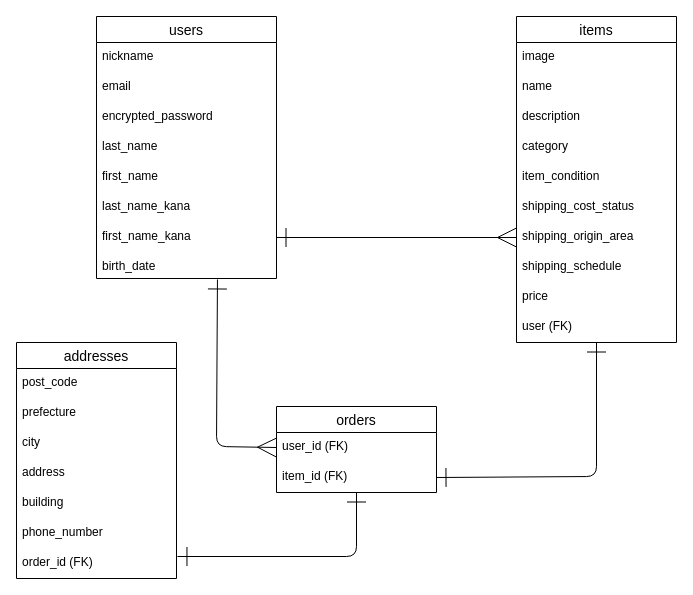
This is test.dio from inayukaina/furima-41653, a draw.io file, before an edit. Source tidied: cells renumbered, new cells numbered last; positions are measured from the earlier drawing's top-left corner, leaving out a move shared by most shapes. Both pictures are drawn from the tidied source at 100%, with x=0, y=0 at pixel (16, 16).
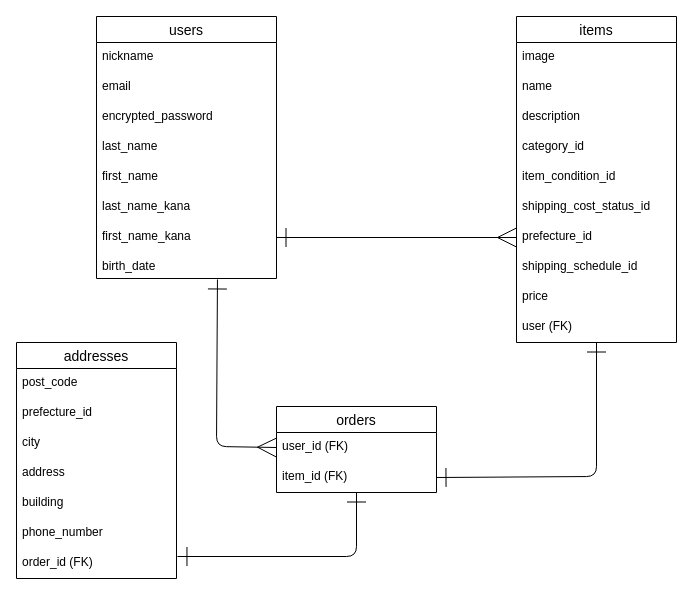
Above is the later version.

Unchanged cells that the change refers to:
```xml
<mxCell id="13" value="items" style="swimlane;fontStyle=0;horizontal=1;startSize=26;align=center;fontSize=14;" parent="1" vertex="1">
  <mxGeometry x="500" width="160" height="326" as="geometry" />
</mxCell>
<mxCell id="29" value="addresses" style="swimlane;fontStyle=0;horizontal=1;startSize=26;align=center;fontSize=14;" parent="1" vertex="1">
  <mxGeometry y="326" width="160" height="236" as="geometry" />
</mxCell>
```

Change to the diagram source:
```diff
@@
-    <mxCell id="17" value="category" style="text;strokeColor=none;fillColor=none;spacingLeft=4;spacingRight=4;overflow=hidden;fontSize=12;" parent="13" vertex="1">
+    <mxCell id="17" value="category_id" style="text;strokeColor=none;fillColor=none;spacingLeft=4;spacingRight=4;overflow=hidden;fontSize=12;" parent="13" vertex="1">
       <mxGeometry y="116" width="160" height="30" as="geometry" />
     </mxCell>
-    <mxCell id="18" value="item_condition" style="text;strokeColor=none;fillColor=none;spacingLeft=4;spacingRight=4;overflow=hidden;fontSize=12;" parent="13" vertex="1">
+    <mxCell id="18" value="item_condition_id" style="text;strokeColor=none;fillColor=none;spacingLeft=4;spacingRight=4;overflow=hidden;fontSize=12;" parent="13" vertex="1">
       <mxGeometry y="146" width="160" height="30" as="geometry" />
     </mxCell>
-    <mxCell id="19" value="shipping_cost_status" style="text;strokeColor=none;fillColor=none;spacingLeft=4;spacingRight=4;overflow=hidden;fontSize=12;" parent="13" vertex="1">
+    <mxCell id="19" value="shipping_cost_status_id" style="text;strokeColor=none;fillColor=none;spacingLeft=4;spacingRight=4;overflow=hidden;fontSize=12;" parent="13" vertex="1">
       <mxGeometry y="176" width="160" height="30" as="geometry" />
     </mxCell>
-    <mxCell id="20" value="shipping_origin_area" style="text;strokeColor=none;fillColor=none;spacingLeft=4;spacingRight=4;overflow=hidden;points=[[0,0.5],[1,0.5]];portConstraint=eastwest;fontSize=12;" parent="13" vertex="1">
+    <mxCell id="20" value="prefecture_id" style="text;strokeColor=none;fillColor=none;spacingLeft=4;spacingRight=4;overflow=hidden;points=[[0,0.5],[1,0.5]];portConstraint=eastwest;fontSize=12;" parent="13" vertex="1">
       <mxGeometry y="206" width="160" height="30" as="geometry" />
     </mxCell>
-    <mxCell id="21" value="shipping_schedule" style="text;strokeColor=none;fillColor=none;spacingLeft=4;spacingRight=4;overflow=hidden;fontSize=12;" parent="13" vertex="1">
+    <mxCell id="21" value="shipping_schedule_id" style="text;strokeColor=none;fillColor=none;spacingLeft=4;spacingRight=4;overflow=hidden;fontSize=12;" parent="13" vertex="1">
       <mxGeometry y="236" width="160" height="30" as="geometry" />
     </mxCell>
@@
-    <mxCell id="31" value="prefecture" style="text;strokeColor=none;fillColor=none;spacingLeft=4;spacingRight=4;overflow=hidden;fontSize=12;" parent="29" vertex="1">
+    <mxCell id="31" value="prefecture_id" style="text;strokeColor=none;fillColor=none;spacingLeft=4;spacingRight=4;overflow=hidden;fontSize=12;" parent="29" vertex="1">
       <mxGeometry y="56" width="160" height="30" as="geometry" />
     </mxCell>
```
